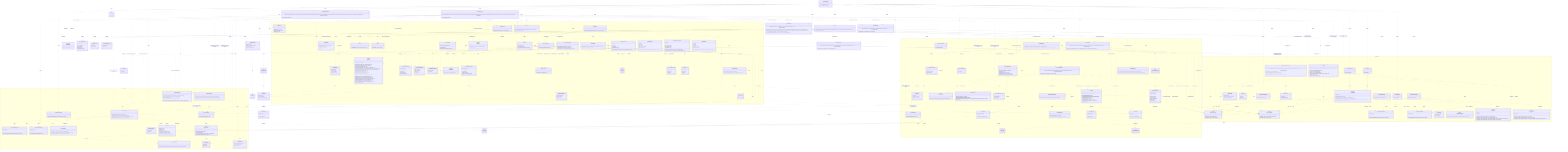
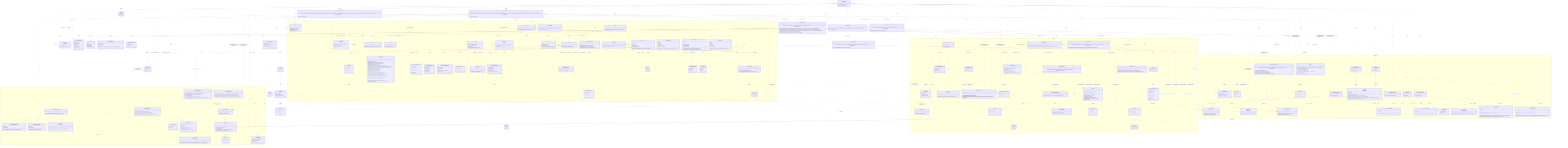
%% Authoritative, system-wide contract chart: every class and every relationship,
%% including the cross-domain interactions between modules.
%% For focused, per-domain views (intra-domain relationships only), see
%% docs/contracts/domains/ (one chart per domain + a README).
classDiagram
  direction TB

  class LicenseWizard {
    +LicenseWizard(args: string[])
    +run() Promise~Answer[]~
  }

  class IWizardMode {
    <<interface>>
    +run() Promise~Answer[]~
  }

  class InteractiveMode {
    +InteractiveMode(licenses: LicenseRepository, config: Config, manifests: ProjectManifestRepository, installer: LicenseInstaller, generator: LicenseGenerator, headers: HeaderApplier, renderer: IRenderer, reporter: IReporter, flags: WizardFlags)
    +run() Promise~Answer[]~
  }

  class NonInteractiveMode {
    +NonInteractiveMode(licenses: LicenseRepository, config: Config, manifests: ProjectManifestRepository, installer: LicenseInstaller, generator: LicenseGenerator, headers: HeaderApplier, reporter: IReporter, flags: WizardFlags, saveTargetByFlag: Record~string, string~)
    +run() Promise~Answer[]~
  }

  class VerifyMode {
    +VerifyMode(verifier: LicenseVerifier, headerVerifier: HeaderVerifier, config: Config, reporter: IReporter, strict: boolean)
    +run() Promise~Answer[]~
  }

  class WizardFlags {
    <<type>>
  }

  class HeaderApplier {
-     +HeaderApplier(licenses: LicenseRepository, reader: IFileSystemReader, writer: IFileSystemWriter)
+     +HeaderApplier(licenses: LicenseRepository, reader: IFileSystemReader & IPathResolver, writer: IFileSystemWriter)
    +apply(licenseId: string, style: HeaderStyle, tokens: Record~string, string~, extraIgnores: string[]) Promise~HeaderApplyReport~
    +preview(licenseId: string, style: HeaderStyle, tokens: Record~string, string~, extraIgnores: string[]) Promise~HeaderPreview | null~
+     +forceApply(licenseId: string, style: HeaderStyle, tokens: Record~string, string~, file: string, options?: object) Promise~HeaderForceReport~
    +remove(extraIgnores: string[]) Promise~HeaderRemovalReport~
    +previewRemoval(extraIgnores: string[]) Promise~HeaderRemovalReport~
  }

  class HeaderApplyReport {
    +licenseId: string
    +style: HeaderStyle
    +total: number
    +written: number
    +unchanged: number
+     +skipped: string[]
  }

  class HeaderPreview {
    +files: string[]
+     +skipped: string[]
    +sample: string
+   }
+ 
+   class HeaderForceReport {
+     +licenseId: string
+     +style: HeaderStyle
+     +file: string
+     +outcome: "written" | "unchanged" | "missing" | "unsupported" | "outside"
  }

  class HeaderRemovalReport {
    +removed: string[]
    +total: number
  }

  class LicenseInstaller {
    +LicenseInstaller(config: Config, manifests: ProjectManifestRepository, generator: LicenseGenerator)
    +install(selection: LicenseSelection) Promise~void~
  }

  class LicenseVerifier {
    +LicenseVerifier(config: Config, manifests: ProjectManifestRepository, generator: LicenseGenerator, reader: IFileSystemReader)
    +verify(options: VerifyOptions) Promise~VerifyOutcome~
  }

  class LicenseSelection {
    +licenseId: string
    +tokens: Record~string, string~
    +save: ConfigSave
    +headers?: HeaderConfig
  }

  class ConfigSave {
    <<union>>
  }

  class VerifyOptions {
    +fix: boolean
  }

  class VerifyOutcome {
    <<union>>
  }

  class VerifyReport {
    +licenseId: string
    +license: DriftStatus
    +manifests: ManifestCheck[]
  }

  class ManifestCheck {
    +name: string
    +declared: string | null
    +status: DriftStatus
  }

  class DriftStatus {
    <<union>>
  }

  namespace CLI {
    class FlagParser {
      +FlagParser(flags: object)
      +parse(args: string[]) object
      +formatHelp() string
    }

    class Orchestrator {
      +Orchestrator(repository: QuestionRepository, renderer: IRenderer)
      +run() Promise~Answer[]~
    }

    class IRenderer {
      <<interface>>
      +render(question: Question) Promise~Answer~
      +onCancel() string
      +complete(summary: CompletionSummary) void
    }

    class CompletionSummary {
      +licenseId: string
      +customized: boolean
      +savedTo: string
      +manifests: string[]
      +headers?: CompletionHeaders
    }

    class CompletionHeaders {
      +style: HeaderStyle
      +written: number
      +total: number
+       +skipped: string[]
    }

    class ProgressBar {
      +ProgressBar(label: string, out?: object)
      +start(total: number) void
      +update(done: number) void
      +stop() void
    }

    class ClackRenderer {
      +ClackRenderer(meta: object, spinner: Spinner)
    }

    class IReporter {
      <<interface>>
      +usage(options: string) void
      +tokens(licenseId: string, slots: TemplateSlot[]) void
      +generated(licenseId: string, savedTo: string) void
      +dryRun(report: DryRunReport) void
      +missingFields(licenseId: string, missing: TemplateSlot[]) void
      +unknownFields(licenseId: string, unknown: string[], slots: TemplateSlot[]) void
      +licenseNotFound(licenseId: string, suggestions: LicenseIndexEntry[]) void
      +verifyMatch(report: VerifyReport) void
      +verifyFixed(report: VerifyReport) void
      +verifyMismatch(report: VerifyReport) void
      +headersNoFiles(licenseId: string) void
      +headersGenerated(report: HeaderGenerateReport) void
      +headersDryRun(report: HeaderDryRunReport) void
+       +headersForceApplied(report: HeaderForceApplyReport) void
      +headersRemoved(report: HeaderRemoveReport) void
      +headersRemoveDryRun(report: HeaderRemoveReport) void
      +headersVerifyMatch(report: HeaderVerifyReport) void
      +headersVerifyFixed(report: HeaderVerifyReport) void
      +headersVerifyMismatch(report: HeaderVerifyReport) void
      +error(message: string) void
    }

    class HeaderGenerateReport {
      +licenseId: string
      +style: HeaderStyle
      +total: number
      +written: number
      +unchanged: number
+       +skipped: string[]
    }

    class HeaderDryRunReport {
      +licenseId: string
      +style: HeaderStyle
      +files: string[]
+       +skipped: string[]
      +sample: string
+     }
+ 
+     class HeaderForceApplyReport {
+       +licenseId: string
+       +style: HeaderStyle
+       +file: string
+       +outcome: "written" | "unchanged"
+       +dryRun: boolean
    }

    class HeaderRemoveReport {
      +removed: string[]
      +total: number
    }

    class DryRunReport {
      +licenseId: string
      +content: string
      +save: ConfigSave
      +manifests: string[]
    }

    class MessageReporter {
      +MessageReporter(sink: IOutputSink)
    }

    class CliReporter {
      +CliReporter(programName: string, out?: object, err?: object)
    }

    class IOutputSink {
      <<interface>>
      +emit(message: OutputMessage) void
    }

    class StreamSink {
      +StreamSink(presenter: ReportPresenter, out?: object, err?: object)
      +emit(message: OutputMessage) void
    }

    class RecordingSink {
      +RecordingSink()
      +emit(message: OutputMessage) void
      +messages: OutputMessage[]
    }

    class ReportPresenter {
      +ReportPresenter(programName: string)
      +present(message: OutputMessage, options: object) string
    }

    class OutputMessage {
      <<union>>
    }

    class Banner {
      +buildBanner(meta: object, options: object) string
    }

    class Spinner {
      +start(handle: object) Function
    }

    class QuestionRepository {
      +QuestionRepository(questions: Question[])
      +getByIndex(index: number) Question | null
      +insertAt(index: number, questions: Question[]) void
    }

    class QuestionLifecycle {
      +inject(questions: Question[]) void
    }

    class Question {
      <<union>>
    }

    class TextQuestion {
      +id: string
      +text: string
      +type: "text"
      +defaultValue: string
      +required?: boolean
      +onAnswer(answer: Answer, lifecycle: QuestionLifecycle) void
    }

    class ConfirmQuestion {
      +id: string
      +text: string
      +type: "confirm"
      +defaultValue: boolean
      +onAnswer(answer: Answer, lifecycle: QuestionLifecycle) void
    }

    class AutocompleteQuestion {
      +id: string
      +text: string
      +type: "autocomplete"
      +defaultValue: string
      +required?: boolean
      +search(query: string) Promise~AutocompleteOption[]~
      +onAnswer(answer: Answer, lifecycle: QuestionLifecycle) void
    }

    class AutocompleteOption {
      +value: string
      +label: string
      +hint: string
    }

    class SelectQuestion {
      +id: string
      +text: string
      +type: "select"
      +options: SelectOption[]
      +defaultValue: string
      +onAnswer(answer: Answer, lifecycle: QuestionLifecycle) void
    }

    class SelectOption {
      +value: string
      +label: string
      +hint: string
    }

    class Answer {
      +questionId: string
      +value: string | boolean
      +fields: Record~string, string | boolean~
    }
  }

  namespace Licensing {
    class LicenseRepository {
      +LicenseRepository(source: ILicenseSource)
      +search(query: string) Promise~LicenseIndexEntry[]~
      +suggest(query: string, limit: number) Promise~LicenseIndexEntry[]~
      +getLicense(licenseId: string) Promise~LicenseDetail~
    }

    class LicenseRepositoryError {
      +name: string
      +cause: unknown
      +LicenseRepositoryError(message: string, cause?: unknown)
    }

    class LicenseNotFoundError {
      +name: string
      +licenseId: string
      +LicenseNotFoundError(licenseId: string)
    }

    class ILicenseSource {
      <<interface>>
      +search(query: string) Promise~LicenseIndexEntry[]~
      +suggest(query: string, limit: number) Promise~LicenseIndexEntry[]~
      +fetchLicense(licenseId: string) Promise~LicenseDetail~
    }

    class SpdxLicenseSource {
      +SpdxLicenseSource(ttlMs?: number, timeoutMs?: number)
    }

    class LicenseIndexEntry {
      +licenseId: string
      +name: string
    }

    class LicenseDetail {
      +licenseId: string
      +name: string
      +licenseText: string
      +standardLicenseTemplate?: string
      +standardLicenseHeader?: string
      +standardLicenseHeaderTemplate?: string
    }

    class SpdxTemplate {
      <<abstract>>
      +SpdxTemplate(template: string)
      +slots() TemplateSlot[]
      +resolveSlots(entries: Map~string, string~) SlotResolution
      +render(values: Record~string, string~) string
    }

    class LicenseTemplate {
      +LicenseTemplate(template: string)
    }

    class LicenseCopyright {
      +LicenseCopyright(bodyTemplate: string, headerTemplate: string)
      +fromDetail(detail: LicenseDetail)$ LicenseCopyright
      +slots() TemplateSlot[]
      +requiredSlots(fullHeader: boolean) TemplateSlot[]
      +resolveFor(entries: Map~string, string~, fullHeader: boolean) SlotResolution
    }

    class resolveSlotEntries {
      <<function>>
      +resolveSlotEntries(slots: TemplateSlot[], entries: Map~string, string~) SlotResolution
    }

    class TemplateSlot {
      +token: string
      +label: string
    }

    class SlotResolution {
      +values: Record~string, string~
      +missing: TemplateSlot[]
      +unknown: string[]
    }

    class LicenseGenerator {
      +LicenseGenerator(repository: LicenseRepository, writer: IFileSystemWriter)
      +generate(licenseId: string, slotValues?: Record~string, string~) Promise~void~
      +render(licenseId: string, slotValues?: Record~string, string~) Promise~string~
    }
  }

  namespace Configuration {
    class IFileSystemReader {
      <<interface>>
      +read(path: string) Promise~string~
      +exists(path: string) Promise~boolean~
+     }
+ 
+     class IPathResolver {
+       <<interface>>
+       +realPath(path: string) Promise~string~
    }

    class IFileSystemWriter {
      <<interface>>
      +write(path: string, content: string) Promise~void~
      +delete(path: string) Promise~void~
    }

    class NodeFileSystemReader {
      +NodeFileSystemReader()
    }

    class NodeFileSystemWriter {
      +NodeFileSystemWriter()
    }

    class FileSystemReaderError {
      +name: string
      +cause: unknown
      +FileSystemReaderError(message: string, cause?: unknown)
    }

    class FileSystemWriterError {
      +name: string
      +cause: unknown
      +FileSystemWriterError(message: string, cause?: unknown)
    }

    class WizardConfig {
      +licenseId: string
      +tokens?: Record~string, string~
      +headers?: HeaderConfig
    }

    class HeaderConfig {
      +style: HeaderStyle
      +ignore?: string[]
    }

    class parseWizardConfig {
      <<function>>
      +parseWizardConfig(value: unknown, fileName: string) WizardConfig
    }

    class ConfigTarget {
      +id: string
      +label: string
    }

    class IConfigStore {
      <<interface>>
      +id: string
      +label: string
      +available(reader: IFileSystemReader) Promise~boolean~
      +read(reader: IFileSystemReader) Promise~WizardConfig | null~
      +write(reader: IFileSystemReader, writer: IFileSystemWriter, config: WizardConfig) Promise~void~
      +clear(reader: IFileSystemReader, writer: IFileSystemWriter) Promise~void~
    }

    class RcConfigStore {
      +RcConfigStore()
    }

    class ManifestConfigStore {
      +ManifestConfigStore(fileName: string)
    }

    class Config {
      +Config(stores: IConfigStore[], reader: IFileSystemReader, writer: IFileSystemWriter)
      +read() Promise~WizardConfig | null~
      +source() Promise~string | null~
      +targets() Promise~ConfigTarget[]~
      +write(config: WizardConfig, targetId: string) Promise~void~
      +clear() Promise~void~
      +clearHeaders() Promise~void~
    }

    class IProjectManifest {
      <<interface>>
      +name: string
      +exists(reader: IFileSystemReader) Promise~boolean~
      +readLicense(reader: IFileSystemReader) Promise~string | null~
      +writeLicense(reader: IFileSystemReader, writer: IFileSystemWriter, licenseId: string) Promise~void~
    }

    class JsonManifest {
      <<abstract>>
      +JsonManifest(fileName: string)
      +name: string
      +exists(reader: IFileSystemReader) Promise~boolean~
      +readLicense(reader: IFileSystemReader) Promise~string | null~
      +writeLicense(reader: IFileSystemReader, writer: IFileSystemWriter, licenseId: string) Promise~void~
      #extractLicenseId(value: unknown)* string | null
    }

    class NpmManifest {
      +NpmManifest()
    }

    class ComposerManifest {
      +ComposerManifest()
    }

    class ProjectManifestRepository {
      +ProjectManifestRepository(manifests: IProjectManifest[], reader: IFileSystemReader, writer: IFileSystemWriter)
      +readLicense() Promise~string | null~
      +writeLicense(licenseId: string) Promise~void~
      +declaredLicenses() Promise~ManifestLicense[]~
      +writeLicenseTo(name: string, licenseId: string) Promise~void~
    }

    class ManifestLicense {
      +name: string
      +licenseId: string | null
    }
  }

  namespace Headers {
    class HeaderPlan {
      +detail: LicenseDetail
      +style: HeaderStyle
      +tokens: Record~string, string~
    }

    class HeaderStyle {
      <<union>>
    }

    class HeaderRenderer {
      +HeaderRenderer(plan: HeaderPlan)
      +supportsFull(detail: LicenseDetail)$ boolean
      +fullHeaderHasUnfilledPlaceholders(detail: LicenseDetail, tokens: Record~string, string~)$ boolean
      +body() string
    }

    class HeaderTemplate {
      +HeaderTemplate(template: string)
    }

    class HeaderComposer {
      +HeaderComposer(plan: HeaderPlan)
      +fingerprint() string
      +block(extension: string) string
      +hasManaged(content: string) boolean
      +apply(content: string, filePath: string) string
    }

    class SourceFileScanner {
      +SourceFileScanner(walker: IFileTreeWalker, reader: IFileSystemReader, matchers?: GitignoreMatcherFactory)
      +scan(options?: ScanOptions) Promise~string[]~
    }

    class ScanOptions {
      +root?: string
      +extensions?: string[]
      +extraIgnores?: string[]
    }

    class GitignoreMatcher {
      +GitignoreMatcher(patterns: string[])
      +ignores(path: string, isDirectory: boolean) boolean
    }

    class GitignoreMatcherFactory {
      +fromContent(content: string, extra?: string[]) GitignoreMatcher
    }

    class IFileTreeWalker {
      <<interface>>
      +walk(root: string, skipDirectory: Function) Promise~string[]~
    }

    class NodeFileTreeWalker {
      +NodeFileTreeWalker()
    }

    class HeaderInstaller {
      +HeaderInstaller(reader: IFileSystemReader, writer: IFileSystemWriter)
      +install(files: string[], plan: HeaderPlan, onProgress?: Function) Promise~HeaderInstallSummary~
    }

    class HeaderInstallSummary {
      +written: string[]
      +unchanged: string[]
      +skipped: string[]
    }

    class SourceFile {
      +SourceFile(content: string, path: string)
      +extensionOf(path: string)$ string
      +commentStyleFor(extension: string)$ CommentStyle
      +hasManagedHeader() boolean
      +canPlaceHeader() boolean
      +withoutManagedHeaders() SourceFile
      +withManagedHeader(block: string) SourceFile
      +toString() string
    }

    class CommentStyle {
      +blockStart: string
      +linePrefix: string
      +blockEnd: string
    }

    class HeaderRemover {
      +HeaderRemover(reader: IFileSystemReader, writer: IFileSystemWriter)
      +remove(files: string[], onProgress?: Function) Promise~HeaderRemoveSummary~
    }

    class HeaderRemoveSummary {
      +removed: string[]
      +total: number
    }

    class HeaderVerifier {
      +HeaderVerifier(scanner: SourceFileScanner, reader: IFileSystemReader, writer: IFileSystemWriter, licenses: LicenseRepository)
      +verify(config: WizardConfig, options: HeaderVerifyOptions) Promise~HeaderVerifyOutcome~
    }

    class HeaderVerifyOptions {
      +fix: boolean
    }

    class HeaderVerifyOutcome {
      <<union>>
    }

    class HeaderVerifyReport {
      +licenseId: string
      +style: HeaderStyle
      +total: number
      +matched: string[]
      +missing: string[]
      +drifted: HeaderDrift[]
      +fixed: string[]
      +skipped: string[]
    }

    class HeaderDrift {
      +file: string
      +declares: object | null
      +reason: HeaderDriftReason
    }

    class HeaderDriftReason {
      <<union>>
    }
  }

  TextQuestion ..|> Question : member of
  ConfirmQuestion ..|> Question : member of
  AutocompleteQuestion ..|> Question : member of
  SelectQuestion ..|> Question : member of
  TextQuestion ..> QuestionLifecycle : onAnswer receives
  ConfirmQuestion ..> QuestionLifecycle : onAnswer receives
  AutocompleteQuestion ..> QuestionLifecycle : onAnswer receives
  SelectQuestion ..> QuestionLifecycle : onAnswer receives
  SelectQuestion ..> SelectOption : offers
  Orchestrator ..> QuestionLifecycle : creates
  ClackRenderer ..|> IRenderer : implements
  ClackRenderer ..> Spinner : uses
  ClackRenderer ..> Banner : renders
  IRenderer ..> CompletionSummary : renders
  ClackRenderer ..> CompletionSummary : renders
  MessageReporter ..|> IReporter : implements
  CliReporter --|> MessageReporter : terminal wiring
  MessageReporter ..> IOutputSink : emits to
  MessageReporter ..> OutputMessage : builds
  StreamSink ..|> IOutputSink : implements
  RecordingSink ..|> IOutputSink : implements
  StreamSink ..> ReportPresenter : renders with
  ReportPresenter ..> OutputMessage : renders
  CliReporter ..> StreamSink : wires
  CliReporter ..> ReportPresenter : wires
  MessageReporter ..> TemplateSlot : reads
  MessageReporter ..> VerifyReport : reads
  MessageReporter ..> DryRunReport : reads
  %% Composition root: LicenseWizard parses flags, builds the shared graph, and
  %% delegates each run to one of the three modes through IWizardMode.
  LicenseWizard ..> FlagParser : uses
  LicenseWizard ..> WizardFlags : parses
  LicenseWizard ..> CliReporter : creates
  LicenseWizard ..> IReporter : reports usage through
  LicenseWizard ..> ClackRenderer : creates
  LicenseWizard ..> SpdxLicenseSource : creates
  LicenseWizard ..> LicenseRepository : creates
  LicenseWizard ..> LicenseGenerator : creates
  LicenseWizard ..> LicenseInstaller : creates
  LicenseWizard ..> HeaderApplier : creates
  LicenseWizard ..> LicenseVerifier : creates
  LicenseWizard ..> IWizardMode : delegates the run to
  LicenseWizard ..> InteractiveMode : creates
  LicenseWizard ..> NonInteractiveMode : creates
  LicenseWizard ..> VerifyMode : creates
  InteractiveMode ..|> IWizardMode : implements
  NonInteractiveMode ..|> IWizardMode : implements
  VerifyMode ..|> IWizardMode : implements

  %% Interactive mode: the prompt-driven setup flow.
  InteractiveMode ..> ClackRenderer : renders through
  InteractiveMode ..> IRenderer : reports completion through
  InteractiveMode ..> Orchestrator : creates
  InteractiveMode ..> QuestionRepository : creates
  InteractiveMode ..> LicenseRepository : searches and resolves with
  InteractiveMode ..> LicenseTemplate : creates
  InteractiveMode ..> HeaderRenderer : checks full-header support with
  InteractiveMode ..> LicenseInstaller : applies selection through
  InteractiveMode ..> HeaderApplier : applies headers through
  InteractiveMode ..> LicenseGenerator : renders dry-run preview through
  InteractiveMode ..> Config : reads config and targets from
  InteractiveMode ..> ProjectManifestRepository : reads and reports manifests through
  InteractiveMode ..> IReporter : reports dry-run through
  InteractiveMode ..> LicenseSelection : builds
  InteractiveMode ..> DryRunReport : builds

  %% Non-interactive mode: flag-driven generation, apply-config, and removal.
  NonInteractiveMode ..> LicenseRepository : resolves and suggests with
  NonInteractiveMode ..> LicenseTemplate : creates
  NonInteractiveMode ..> HeaderRenderer : checks full-header support with
  NonInteractiveMode ..> LicenseInstaller : applies selection through
  NonInteractiveMode ..> HeaderApplier : applies headers through
  NonInteractiveMode ..> LicenseGenerator : renders dry-run preview through
  NonInteractiveMode ..> Config : reads config and clears headers through
  NonInteractiveMode ..> ProjectManifestRepository : reports manifests through
  NonInteractiveMode ..> IReporter : reports through
  NonInteractiveMode ..> LicenseSelection : builds
  NonInteractiveMode ..> DryRunReport : builds
  NonInteractiveMode ..> LicenseNotFoundError : handles

  %% Verify mode: LICENSE/manifest and source-header verification.
  VerifyMode ..> LicenseVerifier : verifies through
  VerifyMode ..> HeaderVerifier : verifies headers through
  VerifyMode ..> Config : reads config from
  VerifyMode ..> IReporter : reports through

  LicenseInstaller ..> Config : uses
  LicenseInstaller ..> ProjectManifestRepository : writes selection to
  LicenseInstaller ..> LicenseGenerator : uses
  LicenseInstaller ..> LicenseSelection : applies
  LicenseVerifier ..> Config : reads config from
  LicenseVerifier ..> ProjectManifestRepository : checks and reconciles manifests through
  LicenseVerifier ..> LicenseGenerator : re-renders and rewrites with
  LicenseVerifier ..> IFileSystemReader : reads LICENSE through
  LicenseVerifier ..> VerifyOptions : configured by
  LicenseVerifier ..> VerifyOutcome : returns
  VerifyOutcome ..> VerifyReport : carries
  VerifyReport ..> ManifestCheck : aggregates
  VerifyReport ..> DriftStatus : statuses by
  ManifestCheck ..> DriftStatus : status by
  ProjectManifestRepository ..> ManifestLicense : produces
  LicenseSelection ..> ConfigSave : has
  DryRunReport ..> ConfigSave : carries
  Orchestrator ..> QuestionRepository : gets questions from
  Orchestrator ..> IRenderer : feeds questions to
  ClackRenderer ..> Question : renders
  QuestionRepository ..> Question : produces
  AutocompleteQuestion ..> AutocompleteOption : search produces
  Orchestrator ..> Answer : collects
  SpdxLicenseSource ..|> ILicenseSource : implements
  LicenseRepository ..> ILicenseSource : uses
  LicenseRepository ..> LicenseIndexEntry : produces
  LicenseRepository ..> LicenseDetail : produces
  LicenseRepository ..> LicenseRepositoryError : throws
  LicenseRepository ..> LicenseNotFoundError : throws
  SpdxLicenseSource ..> LicenseNotFoundError : throws
  MessageReporter ..> LicenseIndexEntry : reads
  LicenseGenerator ..> LicenseRepository : uses
  LicenseGenerator ..> IFileSystemWriter : uses
  LicenseGenerator ..> LicenseTemplate : uses
  LicenseTemplate --|> SpdxTemplate : extends
  LicenseCopyright ..> LicenseTemplate : parses body and header with
  LicenseCopyright ..> resolveSlotEntries : resolves with
  SpdxTemplate ..> resolveSlotEntries : resolves with
  HeaderTemplate --|> SpdxTemplate : extends
  SpdxTemplate ..> TemplateSlot : produces
  SpdxTemplate ..> SlotResolution : produces
  NodeFileSystemReader ..|> IFileSystemReader : implements
+   NodeFileSystemReader ..|> IPathResolver : implements
  NodeFileSystemWriter ..|> IFileSystemWriter : implements
  NodeFileSystemReader ..> FileSystemReaderError : throws
  NodeFileSystemWriter ..> FileSystemWriterError : throws
  Config ..> IConfigStore : coordinates
  Config ..> IFileSystemReader : uses
  Config ..> IFileSystemWriter : uses
  Config ..> WizardConfig : produces
  Config ..> ConfigTarget : produces
  Config ..> FileSystemWriterError : throws
  RcConfigStore ..|> IConfigStore : implements
  ManifestConfigStore ..|> IConfigStore : implements
  RcConfigStore ..> IFileSystemReader : uses
  RcConfigStore ..> IFileSystemWriter : uses
  RcConfigStore ..> FileSystemReaderError : throws
  RcConfigStore ..> FileSystemWriterError : throws
  ManifestConfigStore ..> IFileSystemReader : uses
  ManifestConfigStore ..> IFileSystemWriter : uses
  ManifestConfigStore ..> FileSystemReaderError : throws
  ManifestConfigStore ..> FileSystemWriterError : throws
  JsonManifest ..|> IProjectManifest : implements
  NpmManifest --|> JsonManifest : extends
  ComposerManifest --|> JsonManifest : extends
  JsonManifest ..> IFileSystemReader : uses
  JsonManifest ..> IFileSystemWriter : uses
  JsonManifest ..> FileSystemReaderError : throws
  JsonManifest ..> FileSystemWriterError : throws
  ProjectManifestRepository ..> IProjectManifest : coordinates
  ProjectManifestRepository ..> IFileSystemReader : uses
  ProjectManifestRepository ..> IFileSystemWriter : uses
  LicenseWizard ..> NodeFileSystemReader : creates
  LicenseWizard ..> NodeFileSystemWriter : creates
  LicenseWizard ..> Config : creates
  LicenseWizard ..> RcConfigStore : creates
  LicenseWizard ..> ManifestConfigStore : creates
  LicenseWizard ..> NpmManifest : creates
  LicenseWizard ..> ComposerManifest : creates
  LicenseWizard ..> ProjectManifestRepository : creates
  LicenseWizard ..> HeaderVerifier : creates
  LicenseWizard ..> SourceFileScanner : creates
  LicenseWizard ..> NodeFileTreeWalker : creates
  %% HeaderApplier owns the source-file header surface for both write modes.
  HeaderApplier ..> SourceFileScanner : creates
  HeaderApplier ..> NodeFileTreeWalker : creates
  HeaderApplier ..> HeaderInstaller : creates
  HeaderApplier ..> HeaderInstaller : writes headers through
  HeaderApplier ..> HeaderRemover : creates
  HeaderApplier ..> HeaderRemover : removes headers through
  HeaderApplier ..> SourceFile : previews removal with
  HeaderApplier ..> HeaderComposer : previews header block with
  HeaderApplier ..> ProgressBar : drives header progress with
  HeaderApplier ..> HeaderPlan : builds
  HeaderApplier ..> LicenseRepository : fetches header detail through
  HeaderApplier ..> HeaderApplyReport : produces
  HeaderApplier ..> HeaderPreview : produces
+   HeaderApplier ..> HeaderForceReport : produces
+   HeaderApplier ..> IPathResolver : confines forced writes through
  HeaderApplier ..> HeaderRemovalReport : produces
  MessageReporter ..> HeaderGenerateReport : reads
  MessageReporter ..> HeaderDryRunReport : reads
+   MessageReporter ..> HeaderForceApplyReport : reads
  MessageReporter ..> HeaderRemoveReport : reads
  MessageReporter ..> HeaderVerifyReport : reads
  MessageReporter ..> HeaderDrift : reduces drift from
  HeaderConfig ..> HeaderStyle : style by
  HeaderPlan ..> LicenseDetail : carries
  HeaderPlan ..> HeaderStyle : styled by
  HeaderRenderer ..> HeaderPlan : renders
  HeaderRenderer ..> HeaderTemplate : substitutes header template with
  HeaderComposer ..> HeaderPlan : composes
  HeaderComposer ..> HeaderRenderer : renders body with
  HeaderInstaller ..> HeaderComposer : applies header with
  HeaderInstaller ..> HeaderPlan : applies
  HeaderInstaller ..> IFileSystemReader : reads files through
  HeaderInstaller ..> IFileSystemWriter : writes files through
  HeaderInstaller ..> HeaderInstallSummary : produces
  HeaderRemover ..> SourceFile : strips header through
  HeaderRemover ..> IFileSystemReader : reads files through
  HeaderRemover ..> IFileSystemWriter : writes files through
  HeaderRemover ..> HeaderRemoveSummary : produces
  HeaderComposer ..> SourceFile : places header through
  SourceFile ..> CommentStyle : wraps with
  SourceFileScanner ..> SourceFile : derives extension with
  HeaderVerifier ..> SourceFileScanner : rediscovers files through
  HeaderVerifier ..> HeaderComposer : compares against
  HeaderVerifier ..> LicenseRepository : fetches header detail through
  HeaderVerifier ..> IFileSystemReader : reads files through
  HeaderVerifier ..> IFileSystemWriter : rewrites files through
  HeaderVerifier ..> WizardConfig : verifies against
  HeaderVerifier ..> HeaderVerifyOptions : configured by
  HeaderVerifier ..> HeaderVerifyOutcome : returns
  HeaderVerifyOutcome ..> HeaderVerifyReport : carries
  HeaderVerifyReport ..> HeaderDrift : details drift by
  HeaderDrift ..> HeaderDriftReason : explained by
  HeaderVerifier ..> HeaderDrift : classifies drift into
  SourceFileScanner ..> IFileTreeWalker : walks with
  SourceFileScanner ..> IFileSystemReader : reads .gitignore through
  SourceFileScanner ..> GitignoreMatcherFactory : builds matchers with
  SourceFileScanner ..> GitignoreMatcher : filters with
  SourceFileScanner ..> ScanOptions : configured by
  GitignoreMatcherFactory ..> GitignoreMatcher : creates
  NodeFileTreeWalker ..|> IFileTreeWalker : implements
  ClackRenderer ..> CompletionHeaders : renders
  CompletionSummary ..> CompletionHeaders : carries
